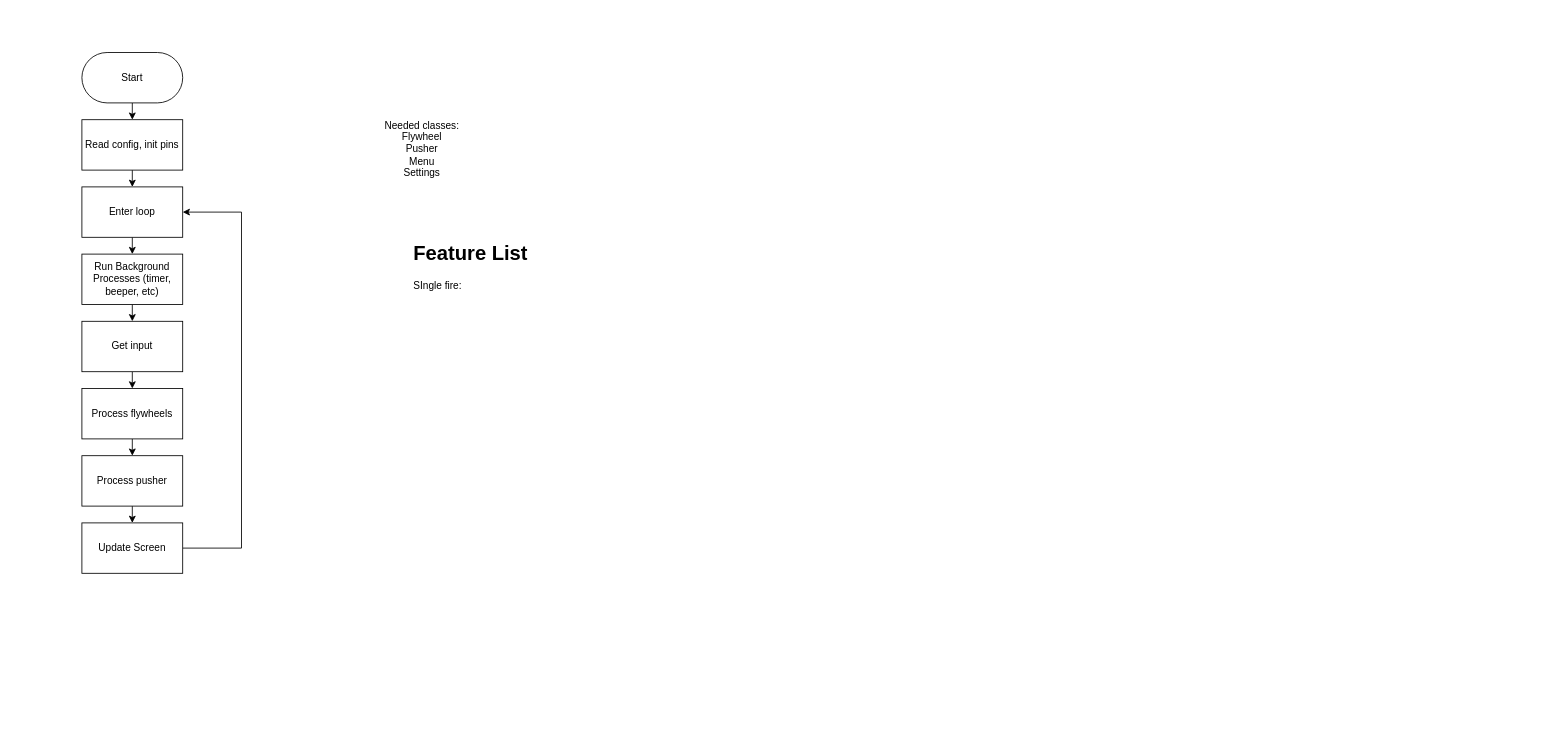
DrGlaucous/G4 keeps this draw.io diagram as page "Main" (1 of 8) of Firmware/DetlaffDev/DettyFW/G4_Flowcode.drawio. Above is the earlier version. Source tidied: cells renumbered, new cells numbered last; positions are measured from the earlier drawing's top-left corner, leaving out a move shared by most shapes. Both pictures are drawn from the tidied source at 84%, with x=0, y=0 at pixel (81, 52).
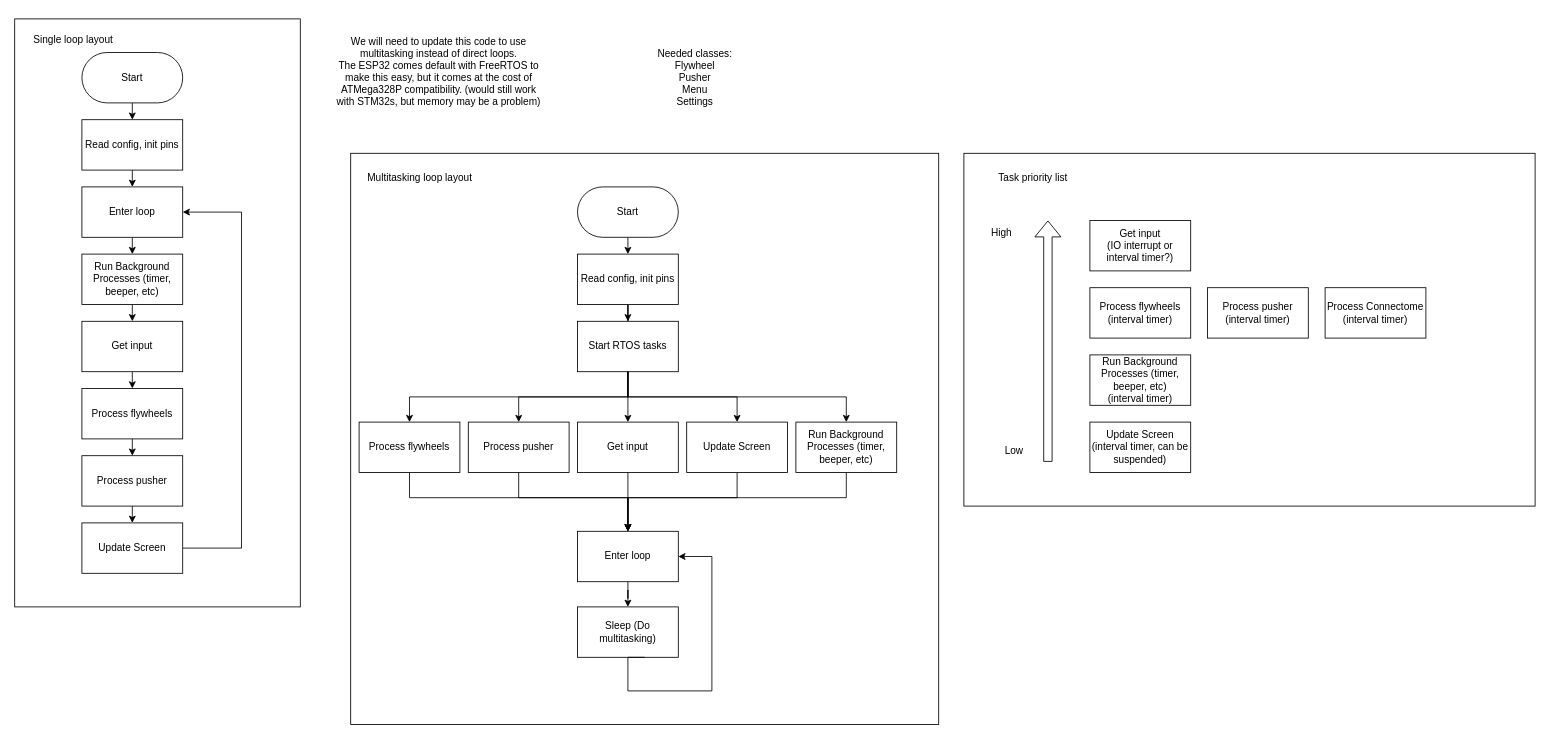
Above is the later version.

The edit, as a diff of the source:
```diff
@@
+    <mxCell id="20" style="rounded=0;whiteSpace=wrap;html=1;fillColor=none;" parent="1" vertex="1">
+      <mxGeometry x="320" y="120" width="700" height="680" as="geometry" />
+    </mxCell>
+    <mxCell id="21" style="rounded=0;whiteSpace=wrap;html=1;fillColor=none;" parent="1" vertex="1">
+      <mxGeometry x="-80" y="-40" width="340" height="700" as="geometry" />
+    </mxCell>
@@
     <mxCell id="18" value="Needed classes:&lt;br&gt;Flywheel&lt;br&gt;Pusher&lt;br&gt;Menu&lt;br&gt;Settings" style="text;html=1;strokeColor=none;fillColor=none;align=center;verticalAlign=middle;whiteSpace=wrap;rounded=0;" parent="1" vertex="1">
-      <mxGeometry x="280" y="40" width="250" height="150" as="geometry" />
+      <mxGeometry x="650" y="-30" width="160" height="120" as="geometry" />
     </mxCell>
-    <mxCell id="19" value="&lt;h1&gt;Feature List&lt;/h1&gt;&lt;p&gt;SIngle fire:&lt;/p&gt;&lt;p&gt;&lt;span style=&quot;white-space: pre;&quot;&gt;&#9;&lt;/span&gt;&lt;br&gt;&lt;/p&gt;" style="text;html=1;strokeColor=none;fillColor=none;spacing=5;spacingTop=-20;whiteSpace=wrap;overflow=hidden;rounded=0;" parent="1" vertex="1">
-      <mxGeometry x="390" y="220" width="310" height="210" as="geometry" />
-    </mxCell>
+    <mxCell id="22" value="We will need to update this code to use multitasking instead of direct loops.&lt;br&gt;The ESP32 comes default with FreeRTOS to make this easy, but it comes at the cost of ATMega328P compatibility. (would still work with STM32s, but memory may be a problem)&lt;br&gt;&lt;br&gt;" style="text;html=1;strokeColor=none;fillColor=none;align=center;verticalAlign=middle;whiteSpace=wrap;rounded=0;" parent="1" vertex="1">
+      <mxGeometry x="300" y="-45" width="250" height="150" as="geometry" />
+    </mxCell>
+    <mxCell id="23" value="Single loop layout" style="text;html=1;strokeColor=none;fillColor=none;align=center;verticalAlign=middle;whiteSpace=wrap;rounded=0;" parent="1" vertex="1">
+      <mxGeometry x="-70" y="-30" width="120" height="30" as="geometry" />
+    </mxCell>
+    <mxCell id="24" style="edgeStyle=orthogonalEdgeStyle;rounded=0;jettySize=auto;html=1;exitX=0.5;exitY=1;exitDx=0;exitDy=0;entryX=0.5;entryY=0;entryDx=0;entryDy=0;" parent="1" edge="1" target="26">
+      <mxGeometry relative="1" as="geometry">
+        <mxPoint x="650" y="220" as="sourcePoint" />
+      </mxGeometry>
+    </mxCell>
+    <mxCell id="25" style="edgeStyle=orthogonalEdgeStyle;rounded=0;jettySize=auto;html=1;" parent="1" edge="1" source="26" target="37">
+      <mxGeometry relative="1" as="geometry" />
+    </mxCell>
+    <mxCell id="26" value="Read config, init pins" style="rounded=0;whiteSpace=wrap;html=1;" parent="1" vertex="1">
+      <mxGeometry x="590" y="240" width="120" height="60" as="geometry" />
+    </mxCell>
+    <mxCell id="27" value="Get input" style="rounded=0;whiteSpace=wrap;html=1;" parent="1" vertex="1">
+      <mxGeometry x="590" y="440" width="120" height="60" as="geometry" />
+    </mxCell>
+    <mxCell id="28" value="Process flywheels" style="rounded=0;whiteSpace=wrap;html=1;" parent="1" vertex="1">
+      <mxGeometry x="330" y="440" width="120" height="60" as="geometry" />
+    </mxCell>
+    <mxCell id="29" value="Process pusher" style="rounded=0;whiteSpace=wrap;html=1;" parent="1" vertex="1">
+      <mxGeometry x="460" y="440" width="120" height="60" as="geometry" />
+    </mxCell>
+    <mxCell id="30" style="edgeStyle=orthogonalEdgeStyle;rounded=0;jettySize=auto;html=1;entryX=0.5;entryY=0;entryDx=0;entryDy=0;" parent="1" edge="1" source="31" target="45">
+      <mxGeometry relative="1" as="geometry">
+        <Array as="points">
+          <mxPoint x="780" y="530" />
+          <mxPoint x="650" y="530" />
+        </Array>
+      </mxGeometry>
+    </mxCell>
+    <mxCell id="31" value="Update Screen" style="rounded=0;whiteSpace=wrap;html=1;" parent="1" vertex="1">
+      <mxGeometry x="720" y="440" width="120" height="60" as="geometry" />
+    </mxCell>
+    <mxCell id="32" style="edgeStyle=orthogonalEdgeStyle;rounded=0;jettySize=auto;html=1;entryX=0.5;entryY=0;entryDx=0;entryDy=0;" parent="1" edge="1" source="33" target="45">
+      <mxGeometry relative="1" as="geometry">
+        <Array as="points">
+          <mxPoint x="910" y="530" />
+          <mxPoint x="650" y="530" />
+        </Array>
+      </mxGeometry>
+    </mxCell>
+    <mxCell id="33" value="Run Background Processes (timer, beeper, etc)" style="rounded=0;whiteSpace=wrap;html=1;" parent="1" vertex="1">
+      <mxGeometry x="850" y="440" width="120" height="60" as="geometry" />
+    </mxCell>
+    <mxCell id="34" value="Start" style="rounded=1;whiteSpace=wrap;html=1;arcSize=50;" parent="1" vertex="1">
+      <mxGeometry x="590" y="160" width="120" height="60" as="geometry" />
+    </mxCell>
+    <mxCell id="35" value="Sleep (Do multitasking)" style="rounded=0;whiteSpace=wrap;html=1;" parent="1" vertex="1">
+      <mxGeometry x="590" y="660" width="120" height="60" as="geometry" />
+    </mxCell>
+    <mxCell id="36" style="edgeStyle=orthogonalEdgeStyle;rounded=0;jettySize=auto;html=1;entryX=1;entryY=0.5;entryDx=0;entryDy=0;exitX=0.667;exitY=1;exitDx=0;exitDy=0;exitPerimeter=0;" parent="1" edge="1" source="35" target="45">
+      <mxGeometry relative="1" as="geometry">
+        <Array as="points">
+          <mxPoint x="650" y="720" />
+          <mxPoint x="650" y="760" />
+          <mxPoint x="750" y="760" />
+          <mxPoint x="750" y="600" />
+        </Array>
+      </mxGeometry>
+    </mxCell>
+    <mxCell id="37" value="Start RTOS tasks" style="rounded=0;whiteSpace=wrap;html=1;" parent="1" vertex="1">
+      <mxGeometry x="590" y="320" width="120" height="60" as="geometry" />
+    </mxCell>
+    <mxCell id="38" style="edgeStyle=orthogonalEdgeStyle;rounded=0;jettySize=auto;html=1;entryX=0.5;entryY=0;entryDx=0;entryDy=0;" parent="1" edge="1" target="27">
+      <mxGeometry relative="1" as="geometry">
+        <mxPoint x="650" y="380" as="sourcePoint" />
+        <Array as="points">
+          <mxPoint x="650" y="410" />
+          <mxPoint x="650" y="410" />
+        </Array>
+      </mxGeometry>
+    </mxCell>
+    <mxCell id="39" style="edgeStyle=orthogonalEdgeStyle;rounded=0;jettySize=auto;html=1;entryX=0.5;entryY=0;entryDx=0;entryDy=0;" parent="1" edge="1" target="31">
+      <mxGeometry relative="1" as="geometry">
+        <mxPoint x="650" y="380" as="sourcePoint" />
+        <Array as="points">
+          <mxPoint x="650" y="410" />
+          <mxPoint x="780" y="410" />
+        </Array>
+      </mxGeometry>
+    </mxCell>
+    <mxCell id="40" style="edgeStyle=orthogonalEdgeStyle;rounded=0;jettySize=auto;html=1;entryX=0.5;entryY=0;entryDx=0;entryDy=0;" parent="1" edge="1" target="33">
+      <mxGeometry relative="1" as="geometry">
+        <mxPoint x="650" y="380" as="sourcePoint" />
+        <Array as="points">
+          <mxPoint x="650" y="410" />
+          <mxPoint x="910" y="410" />
+        </Array>
+      </mxGeometry>
+    </mxCell>
+    <mxCell id="41" style="edgeStyle=orthogonalEdgeStyle;rounded=0;jettySize=auto;html=1;entryX=0.5;entryY=0;entryDx=0;entryDy=0;" parent="1" edge="1" target="29">
+      <mxGeometry relative="1" as="geometry">
+        <mxPoint x="650.1" y="380" as="sourcePoint" />
+        <Array as="points">
+          <mxPoint x="650" y="410" />
+          <mxPoint x="520" y="410" />
+        </Array>
+      </mxGeometry>
+    </mxCell>
+    <mxCell id="42" style="edgeStyle=orthogonalEdgeStyle;rounded=0;jettySize=auto;html=1;entryX=0.5;entryY=0;entryDx=0;entryDy=0;exitX=0.5;exitY=1;exitDx=0;exitDy=0;" parent="1" edge="1" source="37">
+      <mxGeometry relative="1" as="geometry">
+        <mxPoint x="390" y="440" as="targetPoint" />
+        <Array as="points">
+          <mxPoint x="650" y="410" />
+          <mxPoint x="390" y="410" />
+        </Array>
+      </mxGeometry>
+    </mxCell>
+    <mxCell id="43" style="edgeStyle=orthogonalEdgeStyle;rounded=0;jettySize=auto;html=1;entryX=0.5;entryY=0;entryDx=0;entryDy=0;" parent="1" edge="1" target="45">
+      <mxGeometry relative="1" as="geometry">
+        <mxPoint x="390" y="500" as="sourcePoint" />
+        <Array as="points">
+          <mxPoint x="390" y="530" />
+          <mxPoint x="650" y="530" />
+        </Array>
+      </mxGeometry>
+    </mxCell>
+    <mxCell id="44" style="edgeStyle=orthogonalEdgeStyle;rounded=0;jettySize=auto;html=1;" parent="1" edge="1" source="45" target="35">
+      <mxGeometry relative="1" as="geometry" />
+    </mxCell>
+    <mxCell id="45" value="Enter loop" style="rounded=0;whiteSpace=wrap;html=1;" parent="1" vertex="1">
+      <mxGeometry x="590" y="570" width="120" height="60" as="geometry" />
+    </mxCell>
+    <mxCell id="46" style="edgeStyle=orthogonalEdgeStyle;rounded=0;jettySize=auto;html=1;entryX=0.5;entryY=0;entryDx=0;entryDy=0;exitX=0.5;exitY=1;exitDx=0;exitDy=0;" parent="1" edge="1" source="29" target="45">
+      <mxGeometry relative="1" as="geometry">
+        <Array as="points">
+          <mxPoint x="520" y="530" />
+          <mxPoint x="650" y="530" />
+        </Array>
+      </mxGeometry>
+    </mxCell>
+    <mxCell id="47" style="edgeStyle=orthogonalEdgeStyle;rounded=0;jettySize=auto;html=1;exitX=0.5;exitY=1;exitDx=0;exitDy=0;entryX=0.5;entryY=0;entryDx=0;entryDy=0;" parent="1" edge="1" source="27" target="45">
+      <mxGeometry relative="1" as="geometry" />
+    </mxCell>
+    <mxCell id="48" value="Multitasking loop layout" style="text;html=1;strokeColor=none;fillColor=none;align=center;verticalAlign=middle;whiteSpace=wrap;rounded=0;" parent="1" vertex="1">
+      <mxGeometry x="335" y="135" width="135" height="30" as="geometry" />
+    </mxCell>
+    <mxCell id="49" style="rounded=0;whiteSpace=wrap;html=1;fillColor=none;" parent="1" vertex="1">
+      <mxGeometry x="1050" y="120" width="680" height="420" as="geometry" />
+    </mxCell>
+    <mxCell id="50" value="Task priority list" style="text;html=1;strokeColor=none;fillColor=none;align=center;verticalAlign=middle;whiteSpace=wrap;rounded=0;" parent="1" vertex="1">
+      <mxGeometry x="1065" y="135" width="135" height="30" as="geometry" />
+    </mxCell>
+    <mxCell id="51" value="Process flywheels&lt;br&gt;(interval timer)" style="rounded=0;whiteSpace=wrap;html=1;" parent="1" vertex="1">
+      <mxGeometry x="1200" y="280" width="120" height="60" as="geometry" />
+    </mxCell>
+    <mxCell id="52" value="Process pusher&lt;br&gt;(interval timer)" style="rounded=0;whiteSpace=wrap;html=1;" parent="1" vertex="1">
+      <mxGeometry x="1340" y="280" width="120" height="60" as="geometry" />
+    </mxCell>
+    <mxCell id="53" value="Get input&lt;br&gt;(IO interrupt or interval timer?)" style="rounded=0;whiteSpace=wrap;html=1;" parent="1" vertex="1">
+      <mxGeometry x="1200" y="200" width="120" height="60" as="geometry" />
+    </mxCell>
+    <mxCell id="54" value="Run Background Processes (timer, beeper, etc)&lt;br&gt;(interval timer)" style="rounded=0;whiteSpace=wrap;html=1;" parent="1" vertex="1">
+      <mxGeometry x="1200" y="360" width="120" height="60" as="geometry" />
+    </mxCell>
+    <mxCell id="55" value="Update Screen&lt;br&gt;(interval timer, can be suspended)" style="rounded=0;whiteSpace=wrap;html=1;" parent="1" vertex="1">
+      <mxGeometry x="1200" y="440" width="120" height="60" as="geometry" />
+    </mxCell>
+    <mxCell id="56" style="shape=flexArrow;endArrow=classic;html=1;rounded=0;" parent="1" edge="1">
+      <mxGeometry relative="1" as="geometry">
+        <mxPoint x="1150" y="487.3" as="sourcePoint" />
+        <mxPoint x="1150" y="200" as="targetPoint" />
+      </mxGeometry>
+    </mxCell>
+    <mxCell id="57" value="High" style="text;html=1;strokeColor=none;fillColor=none;align=center;verticalAlign=middle;whiteSpace=wrap;rounded=0;" parent="1" vertex="1">
+      <mxGeometry x="1065" y="200" width="60" height="30" as="geometry" />
+    </mxCell>
+    <mxCell id="58" value="Low" style="text;html=1;strokeColor=none;fillColor=none;align=center;verticalAlign=middle;whiteSpace=wrap;rounded=0;" parent="1" vertex="1">
+      <mxGeometry x="1080" y="460" width="60" height="30" as="geometry" />
+    </mxCell>
+    <mxCell id="59" value="Process Connectome&lt;br&gt;(interval timer)" style="rounded=0;whiteSpace=wrap;html=1;" parent="1" vertex="1">
+      <mxGeometry x="1480" y="280" width="120" height="60" as="geometry" />
+    </mxCell>
```
